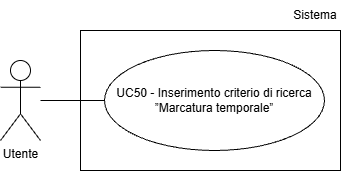
The draw.io diagram assets/Use_Case_Diagrams/UC50.png in Team-Three-Technologies/Documenti, before a commit. Source tidied: cells renumbered, new cells last; positions are measured from the earlier drawing's top-left corner, leaving out a move shared by most shapes.
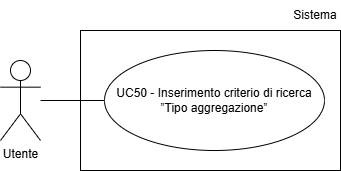
After the commit.

What changed in the source:
```diff
@@ -5,17 +5,17 @@
     <mxCell id="2" value="Utente" style="shape=umlActor;verticalLabelPosition=bottom;verticalAlign=top;html=1;" parent="1" vertex="1">
       <mxGeometry y="60" width="40" height="80" as="geometry" />
     </mxCell>
-    <mxCell id="3" value="UC50 - Inserimento criterio di ricerca ”Marcatura temporale”" style="ellipse;whiteSpace=wrap;html=1;align=center;" parent="1" vertex="1">
-      <mxGeometry x="104" y="50" width="220" height="100" as="geometry" />
-    </mxCell>
-    <mxCell id="4" style="endArrow=none;html=1;rounded=0;entryX=0;entryY=0.5;entryDx=0;entryDy=0;" parent="1" edge="1" target="3">
-      <mxGeometry relative="1" as="geometry">
-        <mxPoint x="40" y="100" as="sourcePoint" />
-      </mxGeometry>
-    </mxCell>
-    <mxCell id="5" style="rounded=0;whiteSpace=wrap;html=1;fillColor=none;" parent="1" vertex="1">
-      <mxGeometry x="80" y="30" width="260" height="140" as="geometry" />
-    </mxCell>
+    <mxCell id="7" value="UC50 - Inserimento criterio di ricerca ”Tipo aggregazione”" style="ellipse;whiteSpace=wrap;html=1;align=center;" parent="1" vertex="1">
+      <mxGeometry x="104" y="50" width="220" height="100" as="geometry" />
+    </mxCell>
+    <mxCell id="8" style="endArrow=none;html=1;rounded=0;entryX=0;entryY=0.5;entryDx=0;entryDy=0;" parent="1" edge="1" target="7">
+      <mxGeometry relative="1" as="geometry">
+        <mxPoint x="40" y="100" as="sourcePoint" />
+      </mxGeometry>
+    </mxCell>
+    <mxCell id="9" style="rounded=0;whiteSpace=wrap;html=1;fillColor=none;" parent="1" vertex="1">
+      <mxGeometry x="80" y="30" width="260" height="140" as="geometry" />
+    </mxCell>
     <mxCell id="6" value="Sistema" style="text;html=1;whiteSpace=wrap;strokeColor=none;fillColor=none;align=center;verticalAlign=middle;rounded=0;" parent="1" vertex="1">
       <mxGeometry x="290" width="50" height="30" as="geometry" />
     </mxCell>
```
